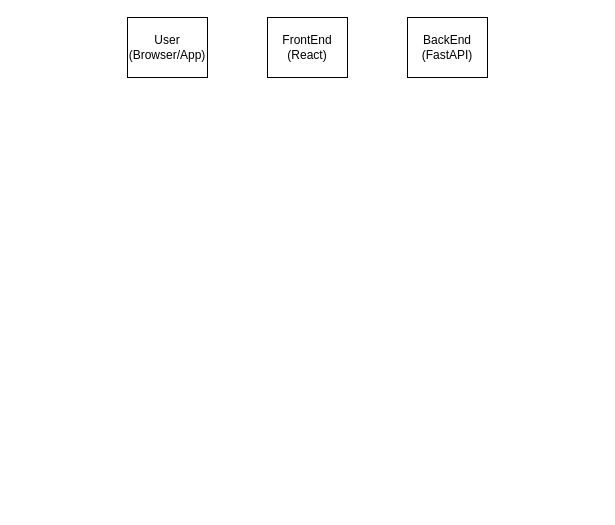
Earlier version of the draw.io diagram BabyEvent.drawio (nedAllen/MyUtils). Source tidied: cells renumbered, new cells numbered last; positions are measured from the earlier drawing's top-left corner, leaving out a move shared by most shapes. Both pictures are drawn from the tidied source at 100%, with x=0, y=0 at pixel (127, 17).
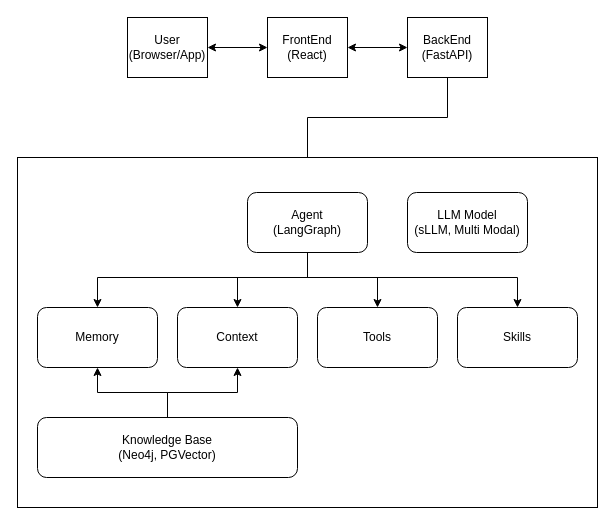
After the change.

Unchanged cells that the change refers to:
```xml
<mxCell id="2" value="User&lt;div&gt;(Browser/App)&lt;/div&gt;" style="rounded=0;whiteSpace=wrap;html=1;" parent="1" vertex="1">
  <mxGeometry width="80" height="60" as="geometry" />
</mxCell>
<mxCell id="3" value="FrontEnd&lt;div&gt;(React)&lt;/div&gt;" style="rounded=0;whiteSpace=wrap;html=1;" parent="1" vertex="1">
  <mxGeometry x="140" width="80" height="60" as="geometry" />
</mxCell>
<mxCell id="4" value="BackEnd&lt;div&gt;(FastAPI)&lt;/div&gt;" style="rounded=0;whiteSpace=wrap;html=1;" parent="1" vertex="1">
  <mxGeometry x="280" width="80" height="60" as="geometry" />
</mxCell>
```

Diff of the diagram source:
```diff
@@
+    <mxCell id="5" style="edgeStyle=orthogonalEdgeStyle;rounded=0;jettySize=auto;html=1;entryX=0;entryY=0.5;entryDx=0;entryDy=0;startArrow=classic;startFill=1;" parent="1" edge="1" source="2" target="3">
+      <mxGeometry relative="1" as="geometry" />
+    </mxCell>
@@
+    <mxCell id="6" style="edgeStyle=orthogonalEdgeStyle;rounded=0;jettySize=auto;html=1;entryX=0;entryY=0.5;entryDx=0;entryDy=0;startArrow=classic;startFill=1;" parent="1" edge="1" source="3" target="4">
+      <mxGeometry relative="1" as="geometry" />
+    </mxCell>
@@
+    <mxCell id="7" style="edgeStyle=orthogonalEdgeStyle;rounded=0;jettySize=auto;html=1;entryX=0.5;entryY=0;entryDx=0;entryDy=0;endArrow=none;endFill=0;" parent="1" edge="1" source="4" target="8">
+      <mxGeometry relative="1" as="geometry" />
+    </mxCell>
@@
+    <mxCell id="8" style="rounded=0;whiteSpace=wrap;html=1;" parent="1" vertex="1">
+      <mxGeometry x="-110" y="140" width="580" height="350" as="geometry" />
+    </mxCell>
+    <mxCell id="9" style="edgeStyle=orthogonalEdgeStyle;rounded=0;jettySize=auto;html=1;entryX=0.5;entryY=0;entryDx=0;entryDy=0;" parent="1" edge="1" source="11" target="12">
+      <mxGeometry relative="1" as="geometry">
+        <Array as="points">
+          <mxPoint x="180" y="260" />
+          <mxPoint x="-30" y="260" />
+        </Array>
+      </mxGeometry>
+    </mxCell>
+    <mxCell id="10" style="edgeStyle=orthogonalEdgeStyle;rounded=0;jettySize=auto;html=1;exitX=0.5;exitY=1;exitDx=0;exitDy=0;entryX=0.5;entryY=0;entryDx=0;entryDy=0;" parent="1" edge="1" source="11" target="18">
+      <mxGeometry relative="1" as="geometry">
+        <Array as="points">
+          <mxPoint x="180" y="260" />
+          <mxPoint x="390" y="260" />
+        </Array>
+      </mxGeometry>
+    </mxCell>
+    <mxCell id="11" value="Agent&lt;div&gt;(LangGraph)&lt;/div&gt;" style="rounded=1;whiteSpace=wrap;html=1;" parent="1" vertex="1">
+      <mxGeometry x="120" y="175" width="120" height="60" as="geometry" />
+    </mxCell>
+    <mxCell id="12" value="Memory" style="rounded=1;whiteSpace=wrap;html=1;" parent="1" vertex="1">
+      <mxGeometry x="-90" y="290" width="120" height="60" as="geometry" />
+    </mxCell>
+    <mxCell id="13" value="Context" style="rounded=1;whiteSpace=wrap;html=1;" parent="1" vertex="1">
+      <mxGeometry x="50" y="290" width="120" height="60" as="geometry" />
+    </mxCell>
+    <mxCell id="14" style="edgeStyle=orthogonalEdgeStyle;rounded=0;jettySize=auto;html=1;exitX=0.5;exitY=0;exitDx=0;exitDy=0;entryX=0.5;entryY=1;entryDx=0;entryDy=0;" parent="1" edge="1" source="16" target="12">
+      <mxGeometry relative="1" as="geometry" />
+    </mxCell>
+    <mxCell id="15" style="edgeStyle=orthogonalEdgeStyle;rounded=0;jettySize=auto;html=1;exitX=0.5;exitY=0;exitDx=0;exitDy=0;entryX=0.5;entryY=1;entryDx=0;entryDy=0;" parent="1" edge="1" source="16" target="13">
+      <mxGeometry relative="1" as="geometry" />
+    </mxCell>
+    <mxCell id="16" value="Knowledge Base&lt;div&gt;(Neo4j, PGVector)&lt;/div&gt;" style="rounded=1;whiteSpace=wrap;html=1;" parent="1" vertex="1">
+      <mxGeometry x="-90" y="400" width="260" height="60" as="geometry" />
+    </mxCell>
+    <mxCell id="17" value="Tools" style="rounded=1;whiteSpace=wrap;html=1;" parent="1" vertex="1">
+      <mxGeometry x="190" y="290" width="120" height="60" as="geometry" />
+    </mxCell>
+    <mxCell id="18" value="Skills" style="rounded=1;whiteSpace=wrap;html=1;" parent="1" vertex="1">
+      <mxGeometry x="330" y="290" width="120" height="60" as="geometry" />
+    </mxCell>
+    <mxCell id="19" value="LLM Model&lt;div&gt;(sLLM, Multi Modal)&lt;/div&gt;" style="rounded=1;whiteSpace=wrap;html=1;" parent="1" vertex="1">
+      <mxGeometry x="280" y="175" width="120" height="60" as="geometry" />
+    </mxCell>
+    <mxCell id="20" style="edgeStyle=orthogonalEdgeStyle;rounded=0;jettySize=auto;html=1;entryX=0.5;entryY=0;entryDx=0;entryDy=0;exitX=0.5;exitY=1;exitDx=0;exitDy=0;" parent="1" edge="1" source="11" target="13">
+      <mxGeometry relative="1" as="geometry">
+        <Array as="points">
+          <mxPoint x="180" y="260" />
+          <mxPoint x="110" y="260" />
+        </Array>
+      </mxGeometry>
+    </mxCell>
+    <mxCell id="21" style="edgeStyle=orthogonalEdgeStyle;rounded=0;jettySize=auto;html=1;entryX=0.5;entryY=0;entryDx=0;entryDy=0;exitX=0.5;exitY=1;exitDx=0;exitDy=0;" parent="1" edge="1" source="11" target="17">
+      <mxGeometry relative="1" as="geometry">
+        <Array as="points">
+          <mxPoint x="180" y="260" />
+          <mxPoint x="250" y="260" />
+        </Array>
+      </mxGeometry>
+    </mxCell>
```
